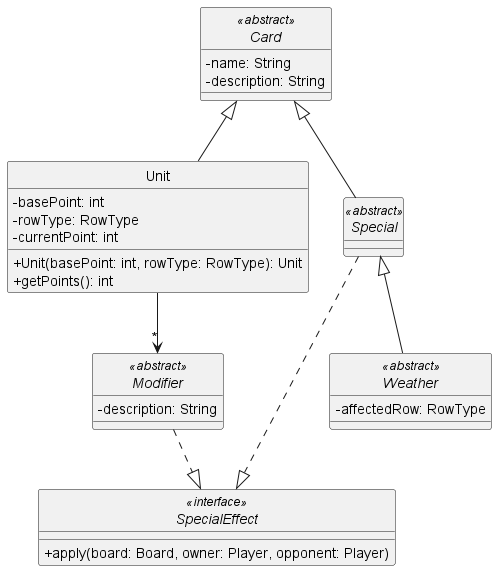
Earlier version of the PlantUML export diagrams/classes/cards.png (Yonhir/algo3_proyecto_base_tp2).
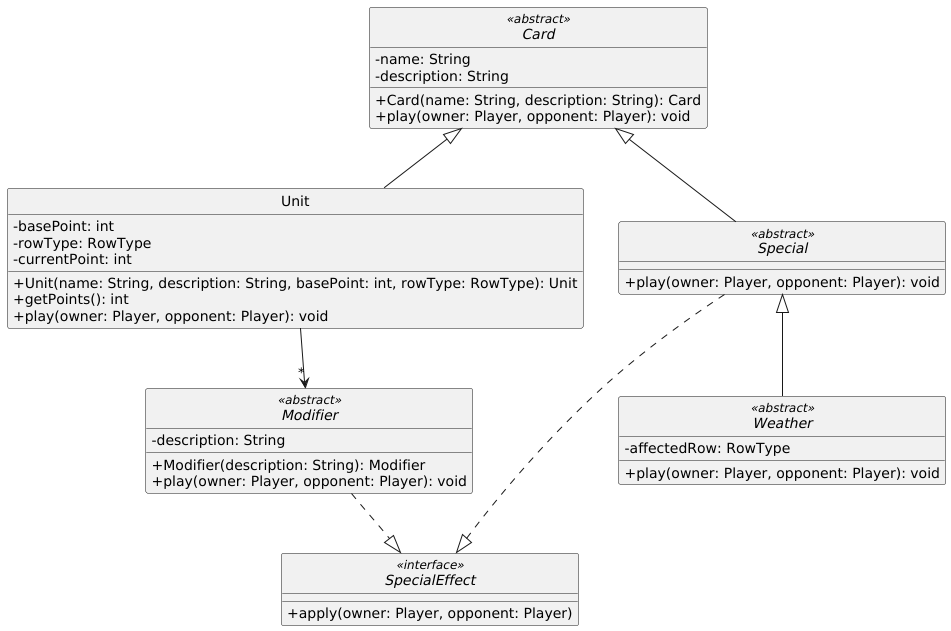
After the commit.

Commit message:
diagrama actualizado por correciones

What changed in the source:
```diff
@@ -5,31 +5,38 @@
 skinparam classAttributeIconSize 0
 
 interface SpecialEffect <<interface>> {
-  +apply(board: Board, owner: Player, opponent: Player)
+  +apply(owner: Player, opponent: Player)
 }
 
 abstract class Card <<abstract>> {
   -name: String
   -description: String
+  +Card(name: String, description: String): Card
+  +play(owner: Player, opponent: Player): void
 }
 
 class Unit {
   -basePoint: int
   -rowType: RowType
   -currentPoint: int
-  +Unit(basePoint: int, rowType: RowType): Unit
+  +Unit(name: String, description: String, basePoint: int, rowType: RowType): Unit
   +getPoints(): int
+  +play(owner: Player, opponent: Player): void
 }
 
 abstract class Special <<abstract>> {
+  +play(owner: Player, opponent: Player): void
 }
 
 abstract class Weather <<abstract>> {
   -affectedRow: RowType
+  +play(owner: Player, opponent: Player): void
 }
 
 abstract class Modifier <<abstract>> {
   -description: String
+  +Modifier(description: String): Modifier
+  +play(owner: Player, opponent: Player): void
 }
 
 
```
